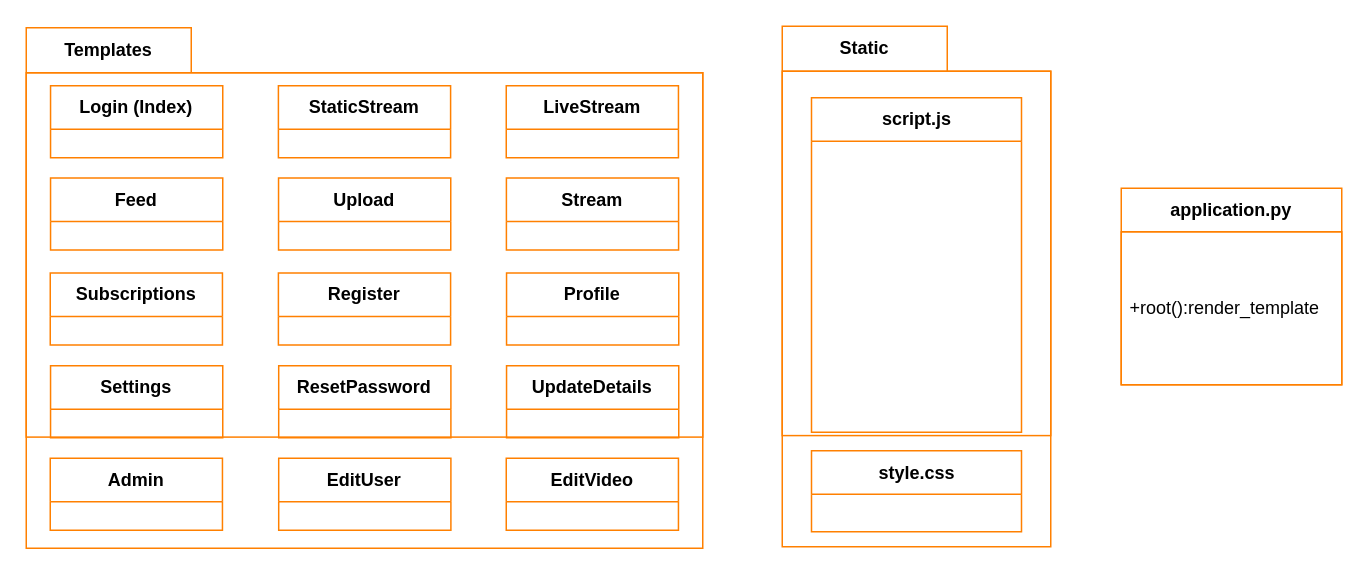
Before: BoredCast_Class_Diagram.drawio in CorbinCoder/Diagrams, a draw.io diagram. Source tidied: cells renumbered, new cells numbered last; positions are measured from the earlier drawing's top-left corner, leaving out a move shared by most shapes. Both pictures are drawn from the tidied source at 150%, with x=0, y=0 at pixel (26, 26).
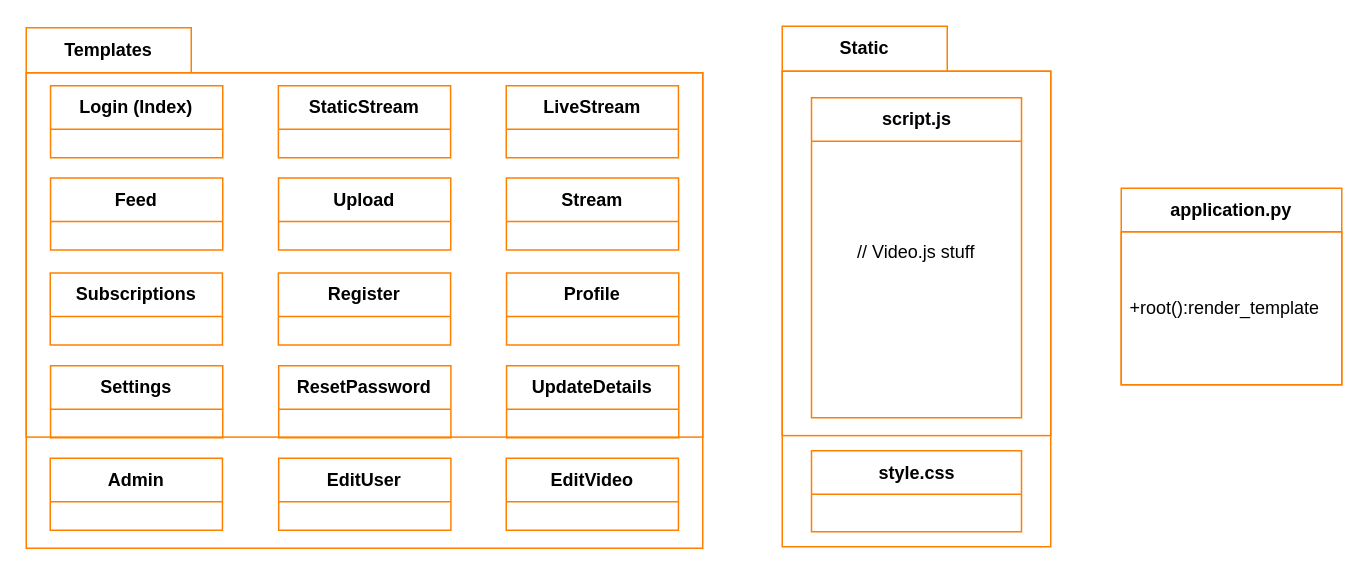
Above is the later version.

Unchanged cells that the change refers to:
```xml
<mxCell id="4" value="Static" style="shape=folder;fontStyle=1;tabWidth=110;tabHeight=30;tabPosition=left;html=1;boundedLbl=1;labelInHeader=1;whiteSpace=wrap;strokeColor=#FF8000;" parent="1" vertex="1">
  <mxGeometry x="504" width="179" height="347" as="geometry" />
</mxCell>
```

The edit, as a diff of the source:
```diff
@@
-    <mxCell id="5" style="html=1;strokeColor=#FF8000;fillColor=none;whiteSpace=wrap;" parent="4" vertex="1">
+    <mxCell id="5" value="// Video.js stuff" style="html=1;strokeColor=#FF8000;fillColor=none;whiteSpace=wrap;" parent="4" vertex="1">
       <mxGeometry width="179" height="242.9" relative="1" as="geometry">
         <mxPoint y="30" as="offset" />
       </mxGeometry>
     </mxCell>
     <mxCell id="6" value="script.js" style="swimlane;fontStyle=1;align=center;verticalAlign=middle;horizontal=1;startSize=29;html=1;whiteSpace=wrap;strokeColor=#FF8000;" parent="4" vertex="1">
-      <mxGeometry x="19.5" y="47.7" width="140" height="223" as="geometry" />
+      <mxGeometry x="19.5" y="47.7" width="140" height="213.3" as="geometry" />
     </mxCell>
```
